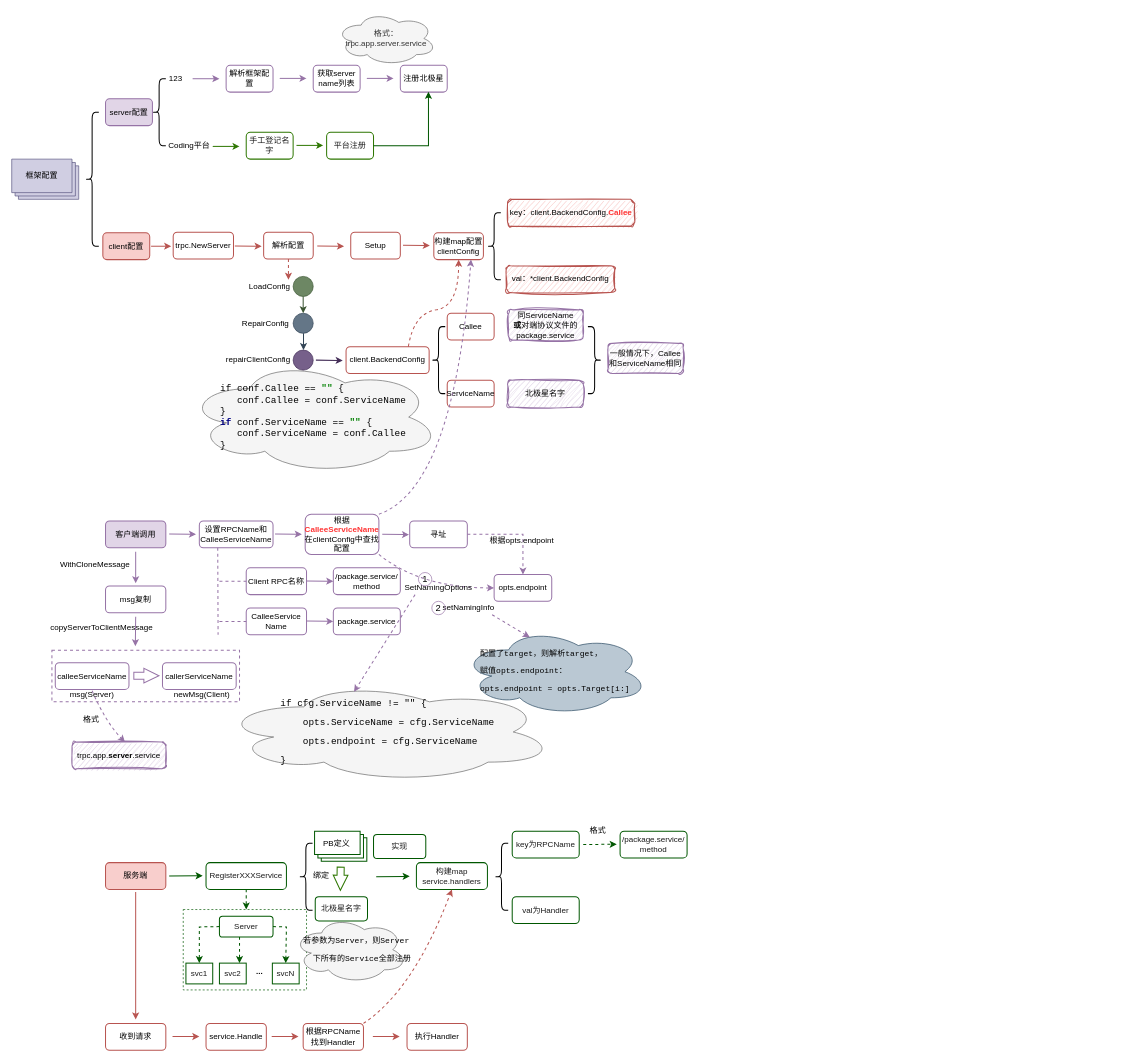
Above: base/trpc-go配置.drawio in melonshell/draw.io (draw.io), before the change. Source tidied: cells renumbered, new cells numbered last; positions are measured from the earlier drawing's top-left corner, leaving out a move shared by most shapes. Both pictures are drawn from the tidied source at 67%, with x=0, y=0 at pixel (11, 11).
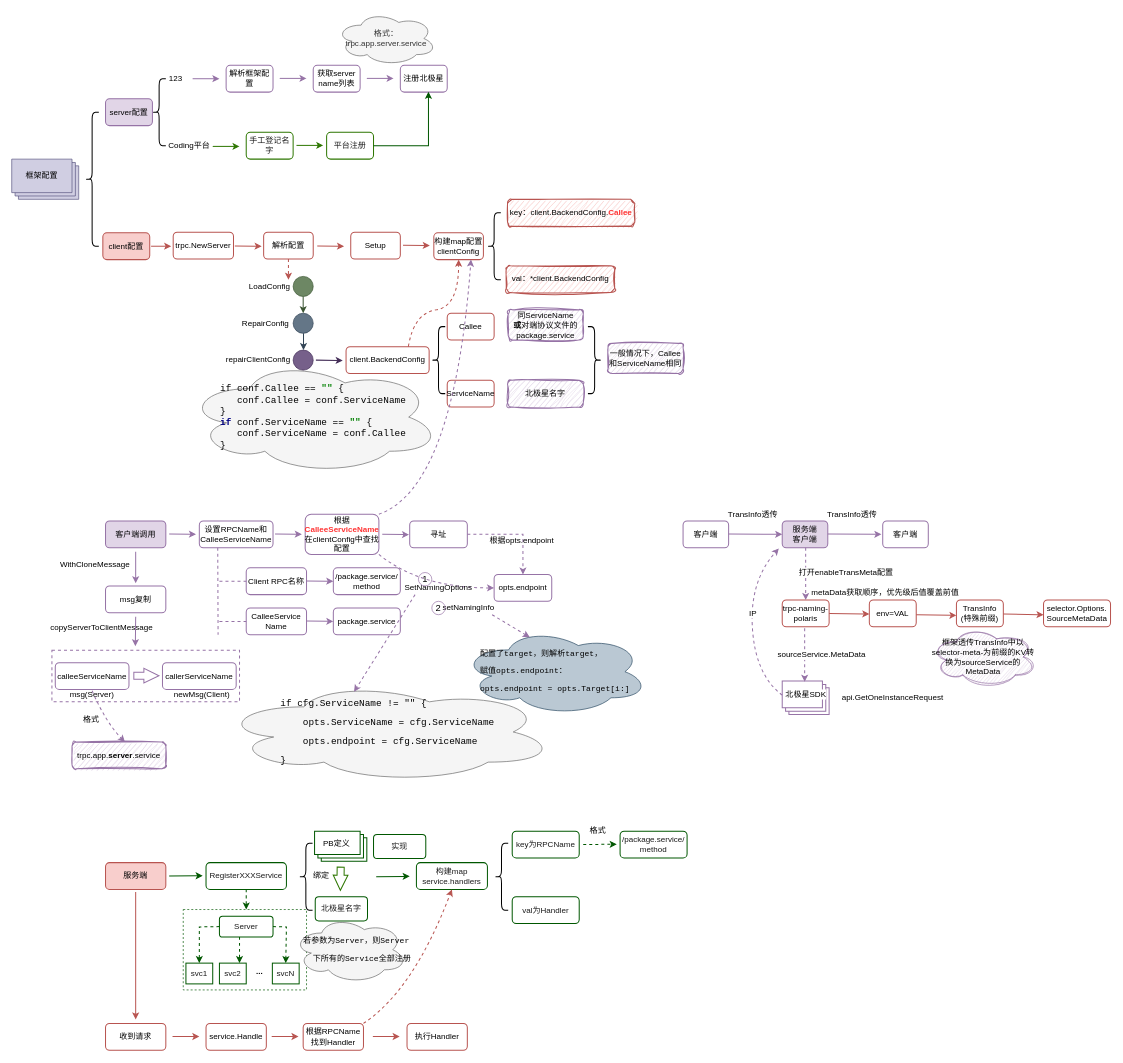
After the change.

The change refers to these unchanged cells:
```xml
<mxCell id="120" value="&lt;div style=&quot;background-color:#ffffff;color:#080808;font-family:'Consolas',monospace;font-size:12.8pt;&quot;&gt;&lt;pre&gt;&lt;br&gt;&lt;/pre&gt;&lt;/div&gt;" style="rounded=0;whiteSpace=wrap;html=1;strokeWidth=1.5;fillColor=none;strokeColor=none;" parent="1" vertex="1">
  <mxGeometry x="1046" y="760" width="109" height="40" as="geometry" />
</mxCell>
```

Change to the diagram source:
```diff
@@
+    <mxCell id="136" value="客户端" style="rounded=1;whiteSpace=wrap;html=1;strokeWidth=1.5;fillColor=none;strokeColor=#9673a6;" parent="1" vertex="1">
+      <mxGeometry x="1002" y="760" width="68" height="40" as="geometry" />
+    </mxCell>
+    <mxCell id="137" value="服务端&lt;br&gt;客户端" style="rounded=1;whiteSpace=wrap;html=1;strokeWidth=1.5;fillColor=#e1d5e7;strokeColor=#9673a6;" parent="1" vertex="1">
+      <mxGeometry x="1150" y="760" width="68" height="40" as="geometry" />
+    </mxCell>
+    <mxCell id="138" style="endArrow=classic;html=1;rounded=0;strokeWidth=1.5;fillColor=#e1d5e7;strokeColor=#9673a6;entryX=0;entryY=0.5;entryDx=0;entryDy=0;" parent="1" edge="1" target="137">
+      <mxGeometry relative="1" as="geometry">
+        <mxPoint x="1070" y="779.5" as="sourcePoint" />
+      </mxGeometry>
+    </mxCell>
+    <mxCell id="139" value="客户端" style="rounded=1;whiteSpace=wrap;html=1;strokeWidth=1.5;fillColor=none;strokeColor=#9673a6;" parent="1" vertex="1">
+      <mxGeometry x="1300" y="760" width="68" height="40" as="geometry" />
+    </mxCell>
+    <mxCell id="140" style="endArrow=classic;html=1;rounded=0;strokeWidth=1.5;fillColor=#e1d5e7;strokeColor=#9673a6;entryX=0;entryY=0.5;entryDx=0;entryDy=0;" parent="1" edge="1">
+      <mxGeometry relative="1" as="geometry">
+        <mxPoint x="1218" y="779.5" as="sourcePoint" />
+        <mxPoint x="1298" y="780" as="targetPoint" />
+      </mxGeometry>
+    </mxCell>
+    <mxCell id="141" value="&lt;div style=&quot;background-color: rgb(255, 255, 255);&quot;&gt;&lt;pre style=&quot;&quot;&gt;&lt;font face=&quot;Helvetica&quot; style=&quot;font-size: 12px;&quot;&gt;TransInfo透传&lt;/font&gt;&lt;/pre&gt;&lt;/div&gt;" style="rounded=0;whiteSpace=wrap;html=1;strokeWidth=1.5;fillColor=none;strokeColor=none;" parent="1" vertex="1">
+      <mxGeometry x="1052" y="730" width="109" height="40" as="geometry" />
+    </mxCell>
+    <mxCell id="142" value="&lt;div style=&quot;background-color: rgb(255, 255, 255);&quot;&gt;&lt;pre style=&quot;&quot;&gt;&lt;font face=&quot;Helvetica&quot; style=&quot;font-size: 12px;&quot;&gt;TransInfo透传&lt;/font&gt;&lt;/pre&gt;&lt;/div&gt;" style="rounded=0;whiteSpace=wrap;html=1;strokeWidth=1.5;fillColor=none;strokeColor=none;" parent="1" vertex="1">
+      <mxGeometry x="1200" y="730" width="109" height="40" as="geometry" />
+    </mxCell>
+    <mxCell id="143" value="trpc-naming-polaris" style="rounded=1;whiteSpace=wrap;html=1;strokeWidth=1.5;fillColor=none;strokeColor=#b85450;" parent="1" vertex="1">
+      <mxGeometry x="1150" y="878" width="70" height="40" as="geometry" />
+    </mxCell>
+    <mxCell id="144" style="endArrow=classic;html=1;rounded=0;dashed=1;strokeWidth=1.5;fontSize=14;fontColor=#1A1A1A;entryX=0.5;entryY=0;entryDx=0;entryDy=0;fillColor=#e1d5e7;strokeColor=#9673a6;" parent="1" edge="1" target="143">
+      <mxGeometry relative="1" as="geometry">
+        <mxPoint x="1185" y="800" as="sourcePoint" />
+      </mxGeometry>
+    </mxCell>
+    <mxCell id="145" value="&lt;div style=&quot;background-color: rgb(255, 255, 255);&quot;&gt;&lt;pre style=&quot;&quot;&gt;&lt;font face=&quot;Helvetica&quot; style=&quot;font-size: 12px;&quot;&gt;打开enableTransMeta&lt;/font&gt;配置&lt;/pre&gt;&lt;/div&gt;" style="rounded=0;whiteSpace=wrap;html=1;strokeWidth=1.5;fillColor=none;strokeColor=none;" parent="1" vertex="1">
+      <mxGeometry x="1191" y="817" width="109" height="40" as="geometry" />
+    </mxCell>
+    <mxCell id="146" style="verticalLabelPosition=bottom;verticalAlign=top;html=1;shape=mxgraph.basic.layered_rect;dx=10;whiteSpace=wrap;strokeWidth=1.5;fillColor=default;strokeColor=#9673a6;" parent="1" vertex="1">
+      <mxGeometry x="1150" y="999" width="70" height="50" as="geometry" />
+    </mxCell>
+    <mxCell id="147" value="&lt;div style=&quot;background-color: rgb(255, 255, 255);&quot;&gt;&lt;pre style=&quot;&quot;&gt;&lt;font face=&quot;Helvetica&quot;&gt;北极星SDK&lt;/font&gt;&lt;/pre&gt;&lt;/div&gt;" style="rounded=0;whiteSpace=wrap;html=1;strokeWidth=1.5;fillColor=none;strokeColor=none;" parent="1" vertex="1">
+      <mxGeometry x="1130.5" y="999" width="109" height="40" as="geometry" />
+    </mxCell>
+    <mxCell id="148" style="endArrow=classic;html=1;rounded=0;dashed=1;strokeWidth=1.5;fontSize=14;fontColor=#1A1A1A;entryX=0.5;entryY=0;entryDx=0;entryDy=0;fillColor=#e1d5e7;strokeColor=#9673a6;" parent="1" edge="1">
+      <mxGeometry relative="1" as="geometry">
+        <mxPoint x="1183.5" y="920" as="sourcePoint" />
+        <mxPoint x="1183.5" y="1000" as="targetPoint" />
+      </mxGeometry>
+    </mxCell>
+    <mxCell id="149" value="框架透传TransInfo中以selector-meta-为前缀的KV转换为sourceService的MetaData" style="ellipse;shape=cloud;whiteSpace=wrap;html=1;fillColor=#e1d5e7;strokeColor=#9673a6;sketch=1;curveFitting=1;jiggle=2;" parent="1" vertex="1">
+      <mxGeometry x="1370" y="918" width="160" height="90" as="geometry" />
+    </mxCell>
+    <mxCell id="150" style="curved=1;endArrow=classic;html=1;rounded=0;strokeWidth=1.5;fontSize=12;fontColor=#1A1A1A;dashed=1;fillColor=#e1d5e7;strokeColor=#9673a6;entryX=0.908;entryY=1.025;entryDx=0;entryDy=0;exitX=0.179;exitY=0.525;exitDx=0;exitDy=0;exitPerimeter=0;entryPerimeter=0;" parent="1" edge="1" source="147" target="120">
+      <mxGeometry relative="1" as="geometry">
+        <Array as="points">
+          <mxPoint x="1110" y="990" />
+          <mxPoint x="1101" y="850" />
+        </Array>
+      </mxGeometry>
+    </mxCell>
+    <mxCell id="151" value="&lt;div style=&quot;background-color: rgb(255, 255, 255);&quot;&gt;&lt;pre style=&quot;&quot;&gt;&lt;font face=&quot;Helvetica&quot;&gt;IP&lt;/font&gt;&lt;/pre&gt;&lt;/div&gt;" style="rounded=0;whiteSpace=wrap;html=1;strokeWidth=1.5;fillColor=none;strokeColor=none;" parent="1" vertex="1">
+      <mxGeometry x="1086" y="878" width="40.5" height="40" as="geometry" />
+    </mxCell>
+    <mxCell id="152" value="env=VAL" style="rounded=1;whiteSpace=wrap;html=1;strokeWidth=1.5;fillColor=none;strokeColor=#b85450;" parent="1" vertex="1">
+      <mxGeometry x="1280" y="878" width="70" height="40" as="geometry" />
+    </mxCell>
+    <mxCell id="153" value="TransInfo&lt;br&gt;(特殊前缀)" style="rounded=1;whiteSpace=wrap;html=1;strokeWidth=1.5;fillColor=none;strokeColor=#b85450;" parent="1" vertex="1">
+      <mxGeometry x="1410" y="878" width="70" height="40" as="geometry" />
+    </mxCell>
+    <mxCell id="154" value="selector.Options.&lt;br&gt;SourceMetaData" style="rounded=1;whiteSpace=wrap;html=1;strokeWidth=1.5;fillColor=none;strokeColor=#b85450;" parent="1" vertex="1">
+      <mxGeometry x="1540" y="878" width="100" height="40" as="geometry" />
+    </mxCell>
+    <mxCell id="155" style="endArrow=classic;html=1;rounded=0;strokeWidth=1.5;fillColor=#f8cecc;strokeColor=#b85450;" parent="1" edge="1">
+      <mxGeometry relative="1" as="geometry">
+        <mxPoint x="1220" y="898" as="sourcePoint" />
+        <mxPoint x="1280" y="899" as="targetPoint" />
+      </mxGeometry>
+    </mxCell>
+    <mxCell id="156" style="endArrow=classic;html=1;rounded=0;strokeWidth=1.5;fillColor=#f8cecc;strokeColor=#b85450;" parent="1" edge="1">
+      <mxGeometry relative="1" as="geometry">
+        <mxPoint x="1350" y="900" as="sourcePoint" />
+        <mxPoint x="1410" y="901" as="targetPoint" />
+      </mxGeometry>
+    </mxCell>
+    <mxCell id="157" style="endArrow=classic;html=1;rounded=0;strokeWidth=1.5;fillColor=#f8cecc;strokeColor=#b85450;" parent="1" edge="1">
+      <mxGeometry relative="1" as="geometry">
+        <mxPoint x="1480" y="899" as="sourcePoint" />
+        <mxPoint x="1540" y="900" as="targetPoint" />
+      </mxGeometry>
+    </mxCell>
+    <mxCell id="158" value="&lt;div style=&quot;background-color: rgb(255, 255, 255);&quot;&gt;&lt;pre style=&quot;&quot;&gt;&lt;font face=&quot;Helvetica&quot;&gt;metaData获取顺序，优先级后值覆盖前值&lt;/font&gt;&lt;/pre&gt;&lt;/div&gt;" style="rounded=0;whiteSpace=wrap;html=1;strokeWidth=1.5;fillColor=none;strokeColor=none;" parent="1" vertex="1">
+      <mxGeometry x="1189" y="847" width="230" height="40" as="geometry" />
+    </mxCell>
+    <mxCell id="159" value="&lt;div style=&quot;background-color: rgb(255, 255, 255);&quot;&gt;&lt;pre style=&quot;&quot;&gt;&lt;font face=&quot;Helvetica&quot;&gt;sourceService.MetaData&lt;/font&gt;&lt;/pre&gt;&lt;/div&gt;" style="rounded=0;whiteSpace=wrap;html=1;strokeWidth=1.5;fillColor=none;strokeColor=none;" parent="1" vertex="1">
+      <mxGeometry x="1109" y="940" width="200" height="40" as="geometry" />
+    </mxCell>
+    <mxCell id="160" value="&lt;div style=&quot;background-color: rgb(255, 255, 255);&quot;&gt;&lt;pre style=&quot;&quot;&gt;&lt;font face=&quot;Helvetica&quot;&gt;api.GetOneInstanceRequest&lt;/font&gt;&lt;/pre&gt;&lt;/div&gt;" style="rounded=0;whiteSpace=wrap;html=1;strokeWidth=1.5;fillColor=none;strokeColor=none;" parent="1" vertex="1">
+      <mxGeometry x="1225" y="1004" width="180" height="40" as="geometry" />
+    </mxCell>
```
